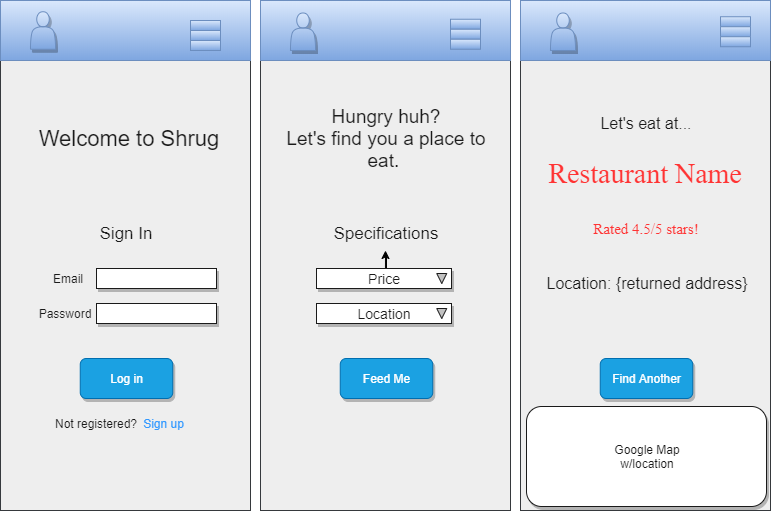
This is src/Assets/card-diagram.drawio.png from tytyhibye/Shrug, a draw.io export, as it was before one commit. Source tidied: cells renumbered, new cells last; positions are measured from the earlier drawing's top-left corner, leaving out a move shared by most shapes.
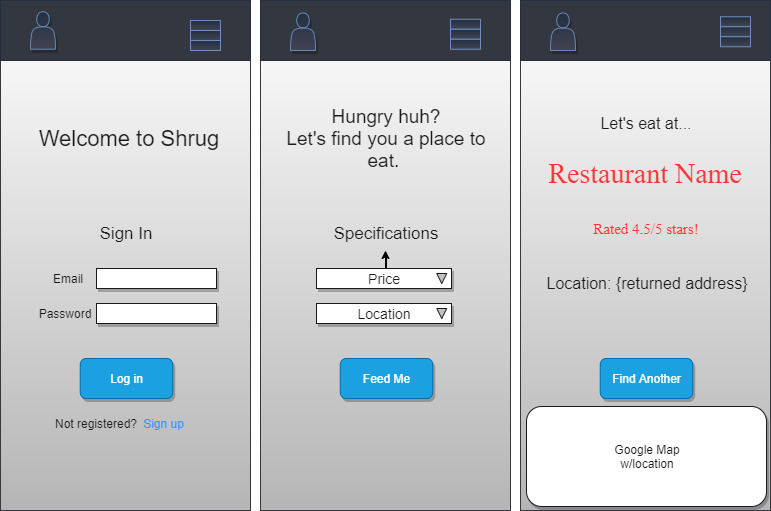
The same diagram one commit later.

Commit message:
update card diagram.

Change to the diagram source:
```diff
@@ -2,19 +2,19 @@
   <root>
     <mxCell id="0" />
     <mxCell id="1" parent="0" />
-    <mxCell id="2" style="rounded=0;whiteSpace=wrap;html=1;fillColor=#eeeeee;strokeColor=#36393d;" parent="1" vertex="1">
+    <mxCell id="2" style="rounded=0;whiteSpace=wrap;html=1;fillColor=#B5B5B5;strokeColor=#36393d;gradientColor=#ffffff;gradientDirection=north;" parent="1" vertex="1">
       <mxGeometry width="250" height="510" as="geometry" />
     </mxCell>
-    <mxCell id="3" style="rounded=0;whiteSpace=wrap;html=1;fillColor=#eeeeee;strokeColor=#36393d;" parent="1" vertex="1">
+    <mxCell id="3" style="rounded=0;whiteSpace=wrap;html=1;fillColor=#B5B5B5;strokeColor=#36393d;gradientColor=#ffffff;gradientDirection=north;" parent="1" vertex="1">
       <mxGeometry x="520" width="250" height="510" as="geometry" />
     </mxCell>
-    <mxCell id="4" style="rounded=0;whiteSpace=wrap;html=1;fillColor=#eeeeee;strokeColor=#36393d;" parent="1" vertex="1">
+    <mxCell id="4" style="rounded=0;whiteSpace=wrap;html=1;fillColor=#B5B5B5;strokeColor=#36393d;gradientColor=#ffffff;gradientDirection=north;" parent="1" vertex="1">
       <mxGeometry x="260" width="250" height="510" as="geometry" />
     </mxCell>
-    <mxCell id="5" style="rounded=0;whiteSpace=wrap;html=1;gradientColor=#7ea6e0;fillColor=#dae8fc;strokeColor=#6c8ebf;" parent="1" vertex="1">
+    <mxCell id="5" style="rounded=0;whiteSpace=wrap;html=1;gradientColor=none;fillColor=#323740;strokeColor=#242F40;" parent="1" vertex="1">
       <mxGeometry x="260" width="250" height="60" as="geometry" />
     </mxCell>
-    <mxCell id="6" style="rounded=0;whiteSpace=wrap;html=1;fillColor=#dae8fc;strokeColor=#6c8ebf;gradientColor=#7ea6e0;" parent="1" vertex="1">
+    <mxCell id="6" style="rounded=0;whiteSpace=wrap;html=1;fillColor=#323740;strokeColor=#242F40;gradientColor=none;" parent="1" vertex="1">
       <mxGeometry width="250" height="60" as="geometry" />
     </mxCell>
     <mxCell id="7" value="&lt;font style=&quot;font-size: 19px&quot;&gt;&lt;span&gt;Hungry huh?&lt;/span&gt;&lt;br&gt;&lt;font style=&quot;font-size: 19px&quot;&gt;Let's find you a place to eat.&amp;nbsp;&lt;/font&gt;&lt;/font&gt;" style="text;html=1;strokeColor=none;fillColor=none;align=center;verticalAlign=middle;whiteSpace=wrap;rounded=0;fontColor=#1A1A1A;" parent="1" vertex="1">
@@ -31,22 +31,22 @@
     <mxCell id="10" value="Feed Me" style="rounded=1;whiteSpace=wrap;html=1;fillColor=#1ba1e2;strokeColor=#006EAF;fontColor=#ffffff;shadow=1;" parent="1" vertex="1">
       <mxGeometry x="339.8" y="358" width="92.5" height="40" as="geometry" />
     </mxCell>
-    <mxCell id="11" style="shape=actor;whiteSpace=wrap;html=1;shadow=1;gradientColor=#7ea6e0;fillColor=#dae8fc;strokeColor=#6c8ebf;" parent="1" vertex="1">
+    <mxCell id="11" style="shape=actor;whiteSpace=wrap;html=1;shadow=1;gradientColor=#404352;fillColor=#242F40;strokeColor=#6687B5;" parent="1" vertex="1">
       <mxGeometry x="290" y="12.5" width="25" height="37.5" as="geometry" />
     </mxCell>
     <mxCell id="12" style="shape=actor;whiteSpace=wrap;html=1;shadow=1;gradientColor=#7ea6e0;fillColor=#dae8fc;strokeColor=#6c8ebf;" parent="1" vertex="1">
       <mxGeometry x="550" y="462.5" width="25" height="37.5" as="geometry" />
     </mxCell>
-    <mxCell id="13" style="shape=actor;whiteSpace=wrap;html=1;shadow=1;gradientColor=#7ea6e0;fillColor=#dae8fc;strokeColor=#6c8ebf;" parent="1" vertex="1">
+    <mxCell id="13" style="shape=actor;whiteSpace=wrap;html=1;shadow=1;gradientColor=#404352;fillColor=#242F40;strokeColor=#6687B5;" parent="1" vertex="1">
       <mxGeometry x="30" y="11.2" width="25" height="37.5" as="geometry" />
     </mxCell>
-    <mxCell id="14" style="rounded=0;whiteSpace=wrap;html=1;gradientColor=#7ea6e0;fillColor=#dae8fc;strokeColor=#6c8ebf;" parent="1" vertex="1">
+    <mxCell id="14" style="rounded=0;whiteSpace=wrap;html=1;gradientColor=#404352;fillColor=#242F40;strokeColor=#6c8ebf;" parent="1" vertex="1">
       <mxGeometry x="190" y="20" width="30" height="10" as="geometry" />
     </mxCell>
-    <mxCell id="15" style="rounded=0;whiteSpace=wrap;html=1;gradientColor=#7ea6e0;fillColor=#dae8fc;strokeColor=#6c8ebf;" parent="1" vertex="1">
+    <mxCell id="15" style="rounded=0;whiteSpace=wrap;html=1;gradientColor=#404352;fillColor=#242F40;strokeColor=#6c8ebf;" parent="1" vertex="1">
       <mxGeometry x="190" y="30" width="30" height="10" as="geometry" />
     </mxCell>
-    <mxCell id="16" style="rounded=0;whiteSpace=wrap;html=1;gradientColor=#7ea6e0;fillColor=#dae8fc;strokeColor=#6c8ebf;" parent="1" vertex="1">
+    <mxCell id="16" style="rounded=0;whiteSpace=wrap;html=1;gradientColor=#404352;fillColor=#242F40;strokeColor=#6c8ebf;" parent="1" vertex="1">
       <mxGeometry x="190" y="40" width="30" height="10" as="geometry" />
     </mxCell>
     <mxCell id="17" style="rounded=0;whiteSpace=wrap;html=1;gradientColor=#7ea6e0;fillColor=#dae8fc;strokeColor=#6c8ebf;" parent="1" vertex="1">
@@ -58,13 +58,13 @@
     <mxCell id="19" style="rounded=0;whiteSpace=wrap;html=1;gradientColor=#7ea6e0;fillColor=#dae8fc;strokeColor=#6c8ebf;" parent="1" vertex="1">
       <mxGeometry x="710" y="490" width="30" height="10" as="geometry" />
     </mxCell>
-    <mxCell id="20" style="rounded=0;whiteSpace=wrap;html=1;gradientColor=#7ea6e0;fillColor=#dae8fc;strokeColor=#6c8ebf;" parent="1" vertex="1">
+    <mxCell id="20" style="rounded=0;whiteSpace=wrap;html=1;gradientColor=#404352;fillColor=#242F40;strokeColor=#6c8ebf;" parent="1" vertex="1">
       <mxGeometry x="450" y="18.8" width="30" height="10" as="geometry" />
     </mxCell>
-    <mxCell id="21" style="rounded=0;whiteSpace=wrap;html=1;gradientColor=#7ea6e0;fillColor=#dae8fc;strokeColor=#6c8ebf;" parent="1" vertex="1">
+    <mxCell id="21" style="rounded=0;whiteSpace=wrap;html=1;gradientColor=#404352;fillColor=#242F40;strokeColor=#6c8ebf;" parent="1" vertex="1">
       <mxGeometry x="450" y="28.8" width="30" height="10" as="geometry" />
     </mxCell>
-    <mxCell id="22" style="rounded=0;whiteSpace=wrap;html=1;gradientColor=#7ea6e0;fillColor=#dae8fc;strokeColor=#6c8ebf;" parent="1" vertex="1">
+    <mxCell id="22" style="rounded=0;whiteSpace=wrap;html=1;gradientColor=#404352;fillColor=#242F40;strokeColor=#6c8ebf;" parent="1" vertex="1">
       <mxGeometry x="450" y="38.8" width="30" height="10" as="geometry" />
     </mxCell>
     <mxCell id="23" value="&lt;font style=&quot;font-size: 16px&quot;&gt;Let's eat at...&lt;/font&gt;" style="text;html=1;strokeColor=none;fillColor=none;align=center;verticalAlign=middle;whiteSpace=wrap;rounded=0;fontColor=#1A1A1A;" parent="1" vertex="1">
@@ -133,19 +133,19 @@
     <mxCell id="44" value="Google Map w/location" style="text;html=1;strokeColor=none;fillColor=none;align=center;verticalAlign=middle;whiteSpace=wrap;rounded=0;shadow=1;fontColor=#1A1A1A;" parent="1" vertex="1">
       <mxGeometry x="591.6" y="446" width="110" height="20" as="geometry" />
     </mxCell>
-    <mxCell id="45" style="rounded=0;whiteSpace=wrap;html=1;gradientColor=#7ea6e0;fillColor=#dae8fc;strokeColor=#6c8ebf;" parent="1" vertex="1">
+    <mxCell id="45" style="rounded=0;whiteSpace=wrap;html=1;gradientColor=none;fillColor=#323740;strokeColor=#242F40;" parent="1" vertex="1">
       <mxGeometry x="520" width="250" height="60" as="geometry" />
     </mxCell>
-    <mxCell id="46" style="shape=actor;whiteSpace=wrap;html=1;shadow=1;gradientColor=#7ea6e0;fillColor=#dae8fc;strokeColor=#6c8ebf;" parent="1" vertex="1">
+    <mxCell id="46" style="shape=actor;whiteSpace=wrap;html=1;shadow=1;gradientColor=#404352;fillColor=#242F40;strokeColor=#6687B5;" parent="1" vertex="1">
       <mxGeometry x="550" y="12.5" width="25" height="37.5" as="geometry" />
     </mxCell>
-    <mxCell id="47" style="rounded=0;whiteSpace=wrap;html=1;gradientColor=#7ea6e0;fillColor=#dae8fc;strokeColor=#6c8ebf;" parent="1" vertex="1">
+    <mxCell id="47" style="rounded=0;whiteSpace=wrap;html=1;gradientColor=#404352;fillColor=#242F40;strokeColor=#6c8ebf;" parent="1" vertex="1">
       <mxGeometry x="720" y="16.2" width="30" height="10" as="geometry" />
     </mxCell>
-    <mxCell id="48" style="rounded=0;whiteSpace=wrap;html=1;gradientColor=#7ea6e0;fillColor=#dae8fc;strokeColor=#6c8ebf;" parent="1" vertex="1">
+    <mxCell id="48" style="rounded=0;whiteSpace=wrap;html=1;gradientColor=#404352;fillColor=#242F40;strokeColor=#6c8ebf;" parent="1" vertex="1">
       <mxGeometry x="720" y="26.2" width="30" height="10" as="geometry" />
     </mxCell>
-    <mxCell id="49" style="rounded=0;whiteSpace=wrap;html=1;gradientColor=#7ea6e0;fillColor=#dae8fc;strokeColor=#6c8ebf;" parent="1" vertex="1">
+    <mxCell id="49" style="rounded=0;whiteSpace=wrap;html=1;gradientColor=#404352;fillColor=#242F40;strokeColor=#6c8ebf;" parent="1" vertex="1">
       <mxGeometry x="720" y="36.2" width="30" height="10" as="geometry" />
     </mxCell>
   </root>
```
